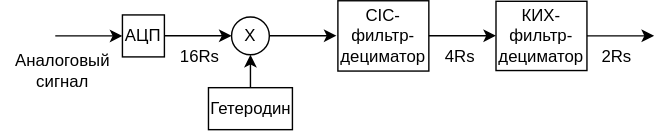
pruunsuhkur/DSP-exam keeps this draw.io diagram as pics/digital_downconversion.drawio.svg. Above is the earlier version. Source tidied: cells renumbered, new cells last; positions are measured from the earlier drawing's top-left corner, leaving out a move shared by most shapes. Its diagram source:
```xml
<mxGraphModel>
  <root>
    <mxCell id="0" />
    <mxCell id="1" parent="0" />
    <mxCell id="2" value="АЦП" style="rounded=0;whiteSpace=wrap;html=1;" parent="1" vertex="1">
      <mxGeometry x="87" y="10" width="30" height="30" as="geometry" />
    </mxCell>
    <mxCell id="3" style="endArrow=classic;html=1;rounded=0;entryX=0;entryY=0.5;entryDx=0;entryDy=0;" parent="1" edge="1" target="2">
      <mxGeometry relative="1" as="geometry">
        <mxPoint x="39" y="25" as="sourcePoint" />
      </mxGeometry>
    </mxCell>
    <mxCell id="4" value="Аналоговый &lt;br&gt;сигнал" style="text;html=1;align=center;verticalAlign=middle;strokeColor=none;fillColor=none;" parent="1" vertex="1">
      <mxGeometry y="29" width="87" height="42" as="geometry" />
    </mxCell>
    <mxCell id="5" value="Х" style="ellipse;whiteSpace=wrap;html=1;" parent="1" vertex="1">
      <mxGeometry x="165" y="11.5" width="27" height="27" as="geometry" />
    </mxCell>
    <mxCell id="6" style="endArrow=classic;html=1;rounded=0;entryX=0;entryY=0.5;entryDx=0;entryDy=0;exitX=0.444;exitY=0.017;exitDx=0;exitDy=0;exitPerimeter=0;" parent="1" edge="1">
      <mxGeometry relative="1" as="geometry">
        <mxPoint x="117" y="24.9" as="sourcePoint" />
        <mxPoint x="165" y="24.9" as="targetPoint" />
      </mxGeometry>
    </mxCell>
    <mxCell id="7" value="Гетеродин" style="rounded=0;whiteSpace=wrap;html=1;" parent="1" vertex="1">
      <mxGeometry x="148.5" y="62" width="60" height="30" as="geometry" />
    </mxCell>
    <mxCell id="8" style="endArrow=classic;html=1;rounded=0;entryX=0.5;entryY=1;entryDx=0;entryDy=0;exitX=0.5;exitY=0;exitDx=0;exitDy=0;" parent="1" edge="1" source="7" target="5">
      <mxGeometry relative="1" as="geometry" />
    </mxCell>
    <mxCell id="9" value="CIC-фильтр-дециматор" style="rounded=0;whiteSpace=wrap;html=1;" parent="1" vertex="1">
      <mxGeometry x="241" y="-0.1" width="65" height="50.2" as="geometry" />
    </mxCell>
    <mxCell id="10" style="endArrow=classic;html=1;rounded=0;entryX=0;entryY=0.5;entryDx=0;entryDy=0;exitX=0.444;exitY=0.017;exitDx=0;exitDy=0;exitPerimeter=0;" parent="1" edge="1">
      <mxGeometry relative="1" as="geometry">
        <mxPoint x="192" y="24.8" as="sourcePoint" />
        <mxPoint x="240" y="24.8" as="targetPoint" />
      </mxGeometry>
    </mxCell>
    <mxCell id="11" value="КИХ-фильтр-дециматор" style="rounded=0;whiteSpace=wrap;html=1;" parent="1" vertex="1">
      <mxGeometry x="354" y="0.2" width="65" height="49.5" as="geometry" />
    </mxCell>
    <mxCell id="12" style="endArrow=classic;html=1;rounded=0;entryX=0;entryY=0.5;entryDx=0;entryDy=0;exitX=0.444;exitY=0.017;exitDx=0;exitDy=0;exitPerimeter=0;" parent="1" edge="1">
      <mxGeometry relative="1" as="geometry">
        <mxPoint x="306" y="24.8" as="sourcePoint" />
        <mxPoint x="354" y="24.8" as="targetPoint" />
      </mxGeometry>
    </mxCell>
    <mxCell id="13" style="endArrow=classic;html=1;rounded=0;entryX=0;entryY=0.5;entryDx=0;entryDy=0;exitX=0.444;exitY=0.017;exitDx=0;exitDy=0;exitPerimeter=0;" parent="1" edge="1">
      <mxGeometry relative="1" as="geometry">
        <mxPoint x="419" y="24.9" as="sourcePoint" />
        <mxPoint x="467" y="24.9" as="targetPoint" />
      </mxGeometry>
    </mxCell>
    <mxCell id="14" value="2Rs" style="text;html=1;align=center;verticalAlign=middle;strokeColor=none;fillColor=none;" parent="1" vertex="1">
      <mxGeometry x="420" y="26" width="40" height="27" as="geometry" />
    </mxCell>
    <mxCell id="15" value="4Rs" style="text;html=1;align=center;verticalAlign=middle;strokeColor=none;fillColor=none;" parent="1" vertex="1">
      <mxGeometry x="308" y="26" width="40" height="27" as="geometry" />
    </mxCell>
    <mxCell id="16" value="16Rs" style="text;html=1;align=center;verticalAlign=middle;strokeColor=none;fillColor=none;" parent="1" vertex="1">
      <mxGeometry x="118" y="26" width="47" height="27" as="geometry" />
    </mxCell>
  </root>
</mxGraphModel>
```
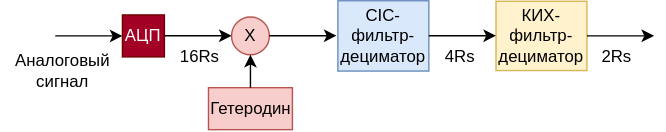
The same diagram one commit later.

What changed in the source:
```diff
@@ -2,7 +2,7 @@
   <root>
     <mxCell id="0" />
     <mxCell id="1" parent="0" />
-    <mxCell id="2" value="АЦП" style="rounded=0;whiteSpace=wrap;html=1;" parent="1" vertex="1">
+    <mxCell id="2" value="АЦП" style="rounded=0;whiteSpace=wrap;html=1;fillColor=#a20025;strokeColor=#6F0000;fontColor=#ffffff;" parent="1" vertex="1">
       <mxGeometry x="87" y="10" width="30" height="30" as="geometry" />
     </mxCell>
     <mxCell id="3" style="endArrow=classic;html=1;rounded=0;entryX=0;entryY=0.5;entryDx=0;entryDy=0;" parent="1" edge="1" target="2">
@@ -13,7 +13,7 @@
     <mxCell id="4" value="Аналоговый &lt;br&gt;сигнал" style="text;html=1;align=center;verticalAlign=middle;strokeColor=none;fillColor=none;" parent="1" vertex="1">
       <mxGeometry y="29" width="87" height="42" as="geometry" />
     </mxCell>
-    <mxCell id="5" value="Х" style="ellipse;whiteSpace=wrap;html=1;" parent="1" vertex="1">
+    <mxCell id="5" value="Х" style="ellipse;whiteSpace=wrap;html=1;fillColor=#f8cecc;strokeColor=#b85450;" parent="1" vertex="1">
       <mxGeometry x="165" y="11.5" width="27" height="27" as="geometry" />
     </mxCell>
     <mxCell id="6" style="endArrow=classic;html=1;rounded=0;entryX=0;entryY=0.5;entryDx=0;entryDy=0;exitX=0.444;exitY=0.017;exitDx=0;exitDy=0;exitPerimeter=0;" parent="1" edge="1">
@@ -22,13 +22,13 @@
         <mxPoint x="165" y="24.9" as="targetPoint" />
       </mxGeometry>
     </mxCell>
-    <mxCell id="7" value="Гетеродин" style="rounded=0;whiteSpace=wrap;html=1;" parent="1" vertex="1">
+    <mxCell id="7" value="Гетеродин" style="rounded=0;whiteSpace=wrap;html=1;fillColor=#f8cecc;strokeColor=#b85450;" parent="1" vertex="1">
       <mxGeometry x="148.5" y="62" width="60" height="30" as="geometry" />
     </mxCell>
     <mxCell id="8" style="endArrow=classic;html=1;rounded=0;entryX=0.5;entryY=1;entryDx=0;entryDy=0;exitX=0.5;exitY=0;exitDx=0;exitDy=0;" parent="1" edge="1" source="7" target="5">
       <mxGeometry relative="1" as="geometry" />
     </mxCell>
-    <mxCell id="9" value="CIC-фильтр-дециматор" style="rounded=0;whiteSpace=wrap;html=1;" parent="1" vertex="1">
+    <mxCell id="9" value="CIC-фильтр-дециматор" style="rounded=0;whiteSpace=wrap;html=1;fillColor=#dae8fc;strokeColor=#6c8ebf;" parent="1" vertex="1">
       <mxGeometry x="241" y="-0.1" width="65" height="50.2" as="geometry" />
     </mxCell>
     <mxCell id="10" style="endArrow=classic;html=1;rounded=0;entryX=0;entryY=0.5;entryDx=0;entryDy=0;exitX=0.444;exitY=0.017;exitDx=0;exitDy=0;exitPerimeter=0;" parent="1" edge="1">
@@ -37,7 +37,7 @@
         <mxPoint x="240" y="24.8" as="targetPoint" />
       </mxGeometry>
     </mxCell>
-    <mxCell id="11" value="КИХ-фильтр-дециматор" style="rounded=0;whiteSpace=wrap;html=1;" parent="1" vertex="1">
+    <mxCell id="11" value="КИХ-фильтр-дециматор" style="rounded=0;whiteSpace=wrap;html=1;fillColor=#fff2cc;strokeColor=#d6b656;" parent="1" vertex="1">
       <mxGeometry x="354" y="0.2" width="65" height="49.5" as="geometry" />
     </mxCell>
     <mxCell id="12" style="endArrow=classic;html=1;rounded=0;entryX=0;entryY=0.5;entryDx=0;entryDy=0;exitX=0.444;exitY=0.017;exitDx=0;exitDy=0;exitPerimeter=0;" parent="1" edge="1">
```
